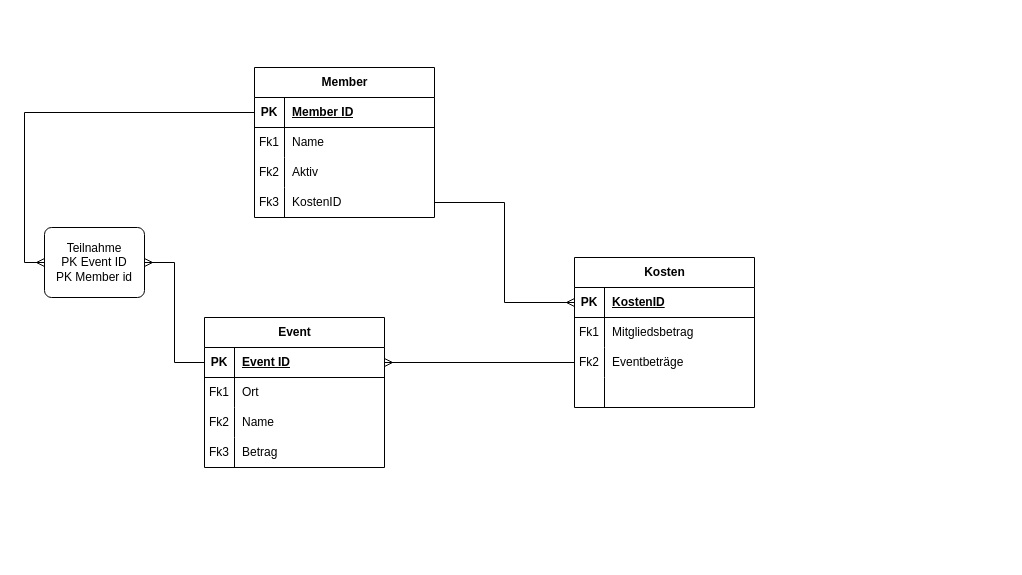
Earlier version of the draw.io diagram Unbenanntes Diagramm.drawio (marexxxxxxx/postgressqlLearning). Source tidied: cells renumbered, new cells numbered last; positions are measured from the earlier drawing's top-left corner, leaving out a move shared by most shapes. Both pictures are drawn from the tidied source at 100%, with x=0, y=0 at pixel (44, 67).
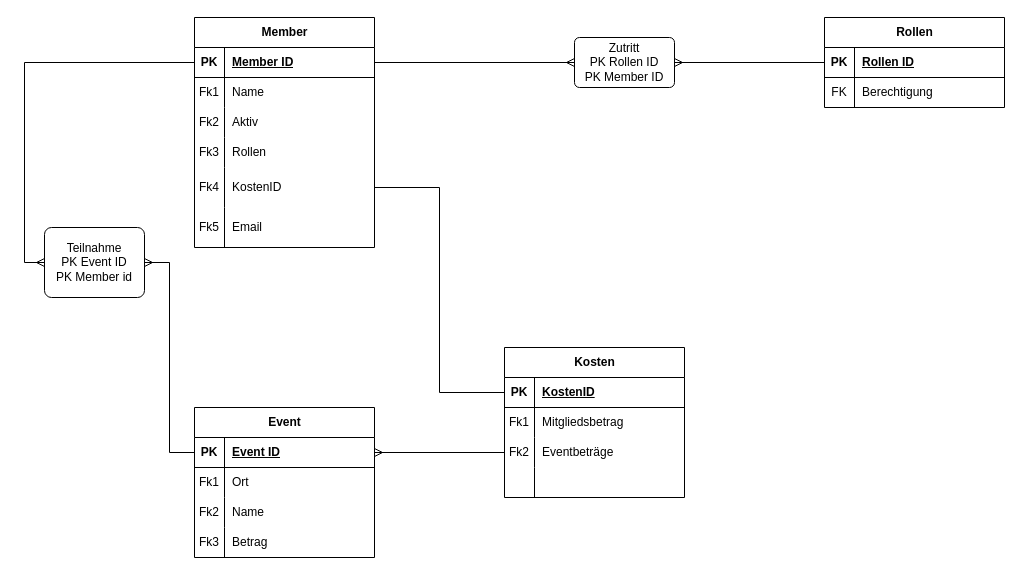
After the change.

The change refers to these unchanged cells:
```xml
<mxCell id="16" style="shape=tableRow;horizontal=0;startSize=0;swimlaneHead=0;swimlaneBody=0;fillColor=none;points=[[0,0.5],[1,0.5]];portConstraint=eastwest;top=0;left=0;right=0;bottom=1;" parent="15" vertex="1">
  <mxGeometry y="30" width="180" height="30" as="geometry" />
</mxCell>
<mxCell id="32" style="shape=tableRow;horizontal=0;startSize=0;swimlaneHead=0;swimlaneBody=0;fillColor=none;points=[[0,0.5],[1,0.5]];portConstraint=eastwest;top=0;left=0;right=0;bottom=1;" parent="31" vertex="1">
  <mxGeometry y="30" width="180" height="30" as="geometry" />
</mxCell>
```

The edit, as a diff of the source:
```diff
@@
     <mxCell id="2" value="Event" style="shape=table;startSize=30;childLayout=tableLayout;rowLines=0;fontStyle=1;align=center;html=1;" parent="1" vertex="1">
-      <mxGeometry x="160" y="250" width="180" height="150" as="geometry" />
+      <mxGeometry x="150" y="340" width="180" height="150" as="geometry" />
     </mxCell>
@@
     <mxCell id="15" value="Kosten" style="shape=table;startSize=30;childLayout=tableLayout;rowLines=0;fontStyle=1;align=center;html=1;" parent="1" vertex="1">
-      <mxGeometry x="530" y="190" width="180" height="150" as="geometry" />
+      <mxGeometry x="460" y="280" width="180" height="150" as="geometry" />
     </mxCell>
@@
     <mxCell id="31" value="Member" style="shape=table;startSize=30;childLayout=tableLayout;rowLines=0;fontStyle=1;align=center;html=1;" parent="1" vertex="1">
-      <mxGeometry x="210" width="180" height="150" as="geometry" />
+      <mxGeometry x="150" y="-50" width="180" height="230" as="geometry" />
     </mxCell>
@@
+    <mxCell id="46" style="shape=tableRow;horizontal=0;startSize=0;swimlaneHead=0;swimlaneBody=0;fillColor=none;top=0;left=0;right=0;bottom=0;" parent="31" vertex="1">
+      <mxGeometry y="120" width="180" height="30" as="geometry" />
+    </mxCell>
+    <mxCell id="47" value="Fk3" style="shape=partialRectangle;fillColor=none;top=0;left=0;bottom=0;right=0;overflow=hidden;whiteSpace=wrap;html=1;" parent="46" vertex="1">
+      <mxGeometry width="30" height="30" as="geometry" />
+    </mxCell>
+    <mxCell id="48" value="Rollen" style="shape=partialRectangle;fillColor=none;top=0;left=0;bottom=0;right=0;align=left;spacingLeft=6;overflow=hidden;whiteSpace=wrap;html=1;" parent="46" vertex="1">
+      <mxGeometry x="30" width="150" height="30" as="geometry" />
+    </mxCell>
     <mxCell id="41" style="shape=tableRow;horizontal=0;startSize=0;swimlaneHead=0;swimlaneBody=0;fillColor=none;points=[[0,0.5],[1,0.5]];portConstraint=eastwest;top=0;left=0;right=0;bottom=0;" parent="31" vertex="1">
-      <mxGeometry y="120" width="180" height="30" as="geometry" />
+      <mxGeometry y="150" width="180" height="40" as="geometry" />
     </mxCell>
-    <mxCell id="42" value="Fk3" style="shape=partialRectangle;fillColor=none;top=0;left=0;bottom=0;right=0;overflow=hidden;whiteSpace=wrap;html=1;" parent="41" vertex="1">
-      <mxGeometry width="30" height="30" as="geometry" />
+    <mxCell id="42" value="Fk4" style="shape=partialRectangle;fillColor=none;top=0;left=0;bottom=0;right=0;overflow=hidden;whiteSpace=wrap;html=1;" parent="41" vertex="1">
+      <mxGeometry width="30" height="40" as="geometry" />
     </mxCell>
     <mxCell id="43" value="KostenID" style="shape=partialRectangle;fillColor=none;top=0;left=0;bottom=0;right=0;align=left;spacingLeft=6;overflow=hidden;whiteSpace=wrap;html=1;" parent="41" vertex="1">
-      <mxGeometry x="30" width="150" height="30" as="geometry" />
+      <mxGeometry x="30" width="150" height="40" as="geometry" />
     </mxCell>
+    <mxCell id="49" style="shape=tableRow;horizontal=0;startSize=0;swimlaneHead=0;swimlaneBody=0;fillColor=none;top=0;left=0;right=0;bottom=0;" parent="31" vertex="1">
+      <mxGeometry y="190" width="180" height="40" as="geometry" />
+    </mxCell>
+    <mxCell id="50" value="Fk5" style="shape=partialRectangle;fillColor=none;top=0;left=0;bottom=0;right=0;overflow=hidden;whiteSpace=wrap;html=1;" parent="49" vertex="1">
+      <mxGeometry width="30" height="40" as="geometry" />
+    </mxCell>
+    <mxCell id="51" value="Email" style="shape=partialRectangle;fillColor=none;top=0;left=0;bottom=0;right=0;align=left;spacingLeft=6;overflow=hidden;whiteSpace=wrap;html=1;" parent="49" vertex="1">
+      <mxGeometry x="30" width="150" height="40" as="geometry" />
+    </mxCell>
@@
-    <mxCell id="45" style="edgeStyle=orthogonalEdgeStyle;rounded=0;jettySize=auto;html=1;entryX=0;entryY=0.5;entryDx=0;entryDy=0;endArrow=ERmany;endFill=0;" parent="1" edge="1" source="41" target="16">
+    <mxCell id="45" style="edgeStyle=orthogonalEdgeStyle;rounded=0;jettySize=auto;html=1;entryX=0;entryY=0.5;entryDx=0;entryDy=0;endArrow=none;endFill=0;startFill=0;" parent="1" edge="1" source="41" target="16">
       <mxGeometry relative="1" as="geometry" />
     </mxCell>
+    <mxCell id="52" style="edgeStyle=orthogonalEdgeStyle;rounded=0;jettySize=auto;html=1;entryX=1;entryY=0.5;entryDx=0;entryDy=0;endArrow=ERmany;endFill=0;" parent="1" edge="1" source="53" target="60">
+      <mxGeometry relative="1" as="geometry" />
+    </mxCell>
+    <mxCell id="53" value="Rollen" style="shape=table;startSize=30;childLayout=tableLayout;rowLines=0;fontStyle=1;align=center;html=1;" parent="1" vertex="1">
+      <mxGeometry x="780" y="-50" width="180" height="90" as="geometry" />
+    </mxCell>
+    <mxCell id="54" style="shape=tableRow;horizontal=0;startSize=0;swimlaneHead=0;swimlaneBody=0;fillColor=none;top=0;left=0;right=0;bottom=1;" parent="53" vertex="1">
+      <mxGeometry y="30" width="180" height="30" as="geometry" />
+    </mxCell>
+    <mxCell id="55" value="PK" style="shape=partialRectangle;fillColor=none;top=0;left=0;bottom=0;right=0;fontStyle=1;overflow=hidden;whiteSpace=wrap;html=1;" parent="54" vertex="1">
+      <mxGeometry width="30" height="30" as="geometry" />
+    </mxCell>
+    <mxCell id="56" value="Rollen ID" style="shape=partialRectangle;fillColor=none;top=0;left=0;bottom=0;right=0;align=left;spacingLeft=6;fontStyle=5;overflow=hidden;whiteSpace=wrap;html=1;" parent="54" vertex="1">
+      <mxGeometry x="30" width="150" height="30" as="geometry" />
+    </mxCell>
+    <mxCell id="57" style="shape=tableRow;horizontal=0;startSize=0;swimlaneHead=0;swimlaneBody=0;fillColor=none;top=0;left=0;right=0;bottom=0;" parent="53" vertex="1">
+      <mxGeometry y="60" width="180" height="30" as="geometry" />
+    </mxCell>
+    <mxCell id="58" value="FK" style="shape=partialRectangle;fillColor=none;top=0;left=0;bottom=0;right=0;overflow=hidden;whiteSpace=wrap;html=1;" parent="57" vertex="1">
+      <mxGeometry width="30" height="30" as="geometry" />
+    </mxCell>
+    <mxCell id="59" value="Berechtigung" style="shape=partialRectangle;fillColor=none;top=0;left=0;bottom=0;right=0;align=left;spacingLeft=6;overflow=hidden;whiteSpace=wrap;html=1;" parent="57" vertex="1">
+      <mxGeometry x="30" width="150" height="30" as="geometry" />
+    </mxCell>
+    <mxCell id="60" value="Zutritt&lt;div&gt;PK Rollen ID&lt;/div&gt;&lt;div&gt;PK Member ID&lt;/div&gt;" style="rounded=1;arcSize=10;whiteSpace=wrap;html=1;align=center;" parent="1" vertex="1">
+      <mxGeometry x="530" y="-30" width="100" height="50" as="geometry" />
+    </mxCell>
+    <mxCell id="61" style="edgeStyle=orthogonalEdgeStyle;rounded=0;jettySize=auto;html=1;endArrow=ERmany;endFill=0;" parent="1" edge="1" source="32" target="60">
+      <mxGeometry relative="1" as="geometry" />
+    </mxCell>
```
